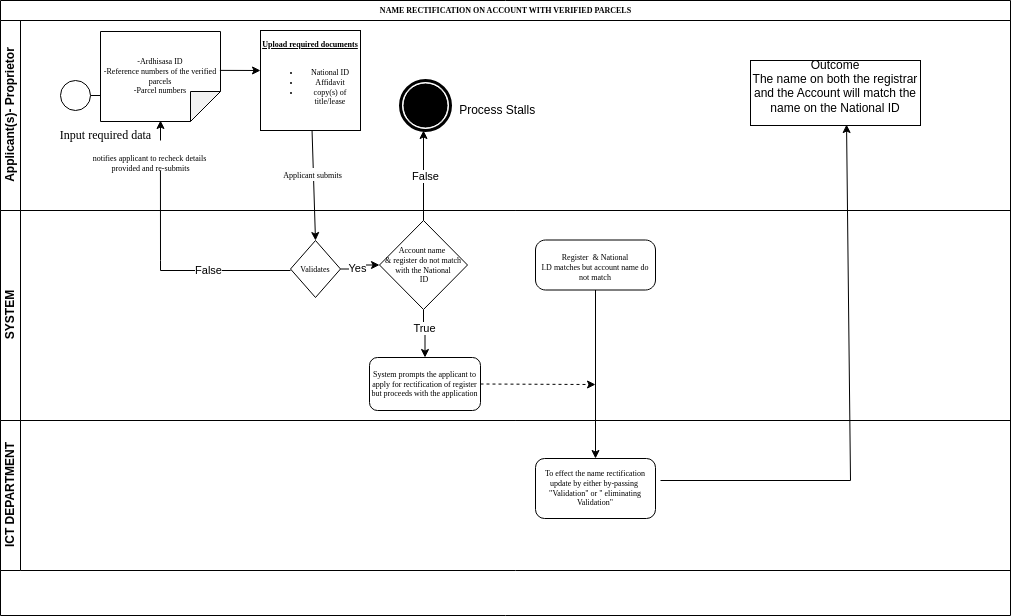
Earlier version of the draw.io export ACCOUNT NAME RECTIFICATION.drawio.png (NjeriNjeru/BPMN). Source tidied: cells renumbered, new cells last; positions are measured from the earlier drawing's top-left corner, leaving out a move shared by most shapes.
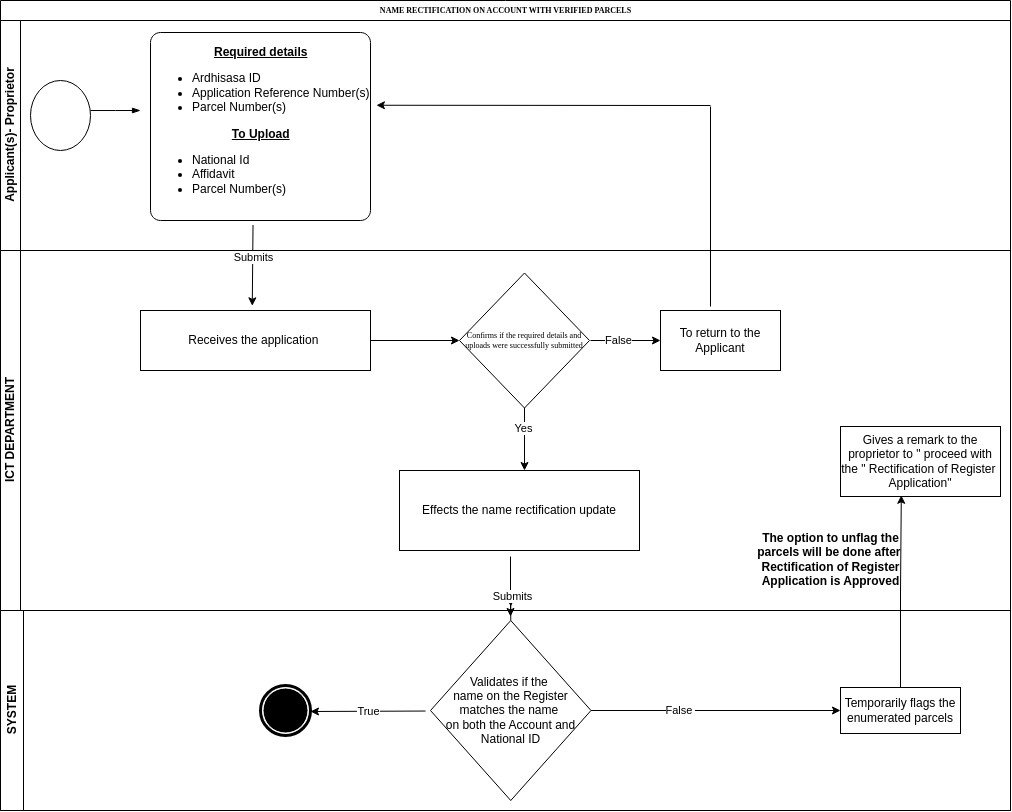
After the change.

Change to the diagram source:
```diff
@@ -3,150 +3,131 @@
     <mxCell id="0" />
     <mxCell id="1" parent="0" />
     <mxCell id="2" value="NAME RECTIFICATION ON ACCOUNT WITH VERIFIED PARCELS" style="swimlane;html=1;horizontal=1;startSize=20;rounded=0;shadow=0;labelBackgroundColor=none;strokeWidth=1;fontFamily=Verdana;fontSize=8;align=center;" parent="1" vertex="1">
-      <mxGeometry width="1010" height="615" as="geometry" />
+      <mxGeometry width="1010" height="810" as="geometry" />
     </mxCell>
     <mxCell id="3" value="Applicant(s)- Proprietor" style="swimlane;html=1;startSize=20;horizontal=0;" parent="2" vertex="1">
-      <mxGeometry y="20" width="1010" height="190" as="geometry" />
+      <mxGeometry y="20" width="1010" height="230" as="geometry" />
     </mxCell>
-    <mxCell id="4" style="edgeStyle=orthogonalEdgeStyle;rounded=0;html=1;labelBackgroundColor=none;startArrow=none;startFill=0;startSize=5;endArrow=classicThin;endFill=1;endSize=5;jettySize=auto;strokeWidth=1;fontFamily=Verdana;fontSize=8;" parent="3" edge="1" source="5">
-      <mxGeometry relative="1" as="geometry">
-        <mxPoint x="120" y="75" as="targetPoint" />
-      </mxGeometry>
-    </mxCell>
     <mxCell id="5" style="ellipse;whiteSpace=wrap;html=1;rounded=0;shadow=0;labelBackgroundColor=none;strokeWidth=1;fontFamily=Verdana;fontSize=8;align=center;" parent="3" vertex="1">
-      <mxGeometry x="60" y="60" width="30" height="30" as="geometry" />
+      <mxGeometry x="30" y="60" width="60" height="70" as="geometry" />
     </mxCell>
-    <mxCell id="6" value="&lt;h6&gt;&lt;span style=&quot;font-weight: normal;&quot;&gt;&lt;font face=&quot;Times New Roman&quot;&gt;-Ardhisasa ID&lt;br&gt;&lt;/font&gt;&lt;font face=&quot;vrdMzk03zgyeCwnh8cxA&quot;&gt;-Reference numbers of the verified parcels&lt;br&gt;&lt;/font&gt;&lt;font face=&quot;vrdMzk03zgyeCwnh8cxA&quot;&gt;-Parcel numbers&lt;/font&gt;&lt;/span&gt;&lt;/h6&gt;" style="shape=note;whiteSpace=wrap;html=1;backgroundOutline=1;darkOpacity=0.05;direction=south;" parent="3" vertex="1">
-      <mxGeometry x="100" y="11" width="120" height="90" as="geometry" />
-    </mxCell>
-    <mxCell id="7" value="&lt;h6&gt;&lt;font face=&quot;Times New Roman&quot;&gt;&lt;u&gt;Upload required documents&lt;/u&gt;&lt;/font&gt;&lt;/h6&gt;&lt;h6&gt;&lt;ul&gt;&lt;li&gt;&lt;font face=&quot;Times New Roman&quot;&gt;&lt;span style=&quot;font-weight: normal;&quot;&gt;National ID&lt;/span&gt;&lt;/font&gt;&lt;/li&gt;&lt;li&gt;&lt;font face=&quot;Times New Roman&quot;&gt;&lt;span style=&quot;font-weight: normal;&quot;&gt;Affidavit&lt;/span&gt;&lt;/font&gt;&lt;/li&gt;&lt;li&gt;&lt;font face=&quot;Times New Roman&quot;&gt;&lt;span style=&quot;font-weight: normal;&quot;&gt;copy(s) of title/lease&lt;/span&gt;&lt;/font&gt;&lt;/li&gt;&lt;/ul&gt;&lt;/h6&gt;&lt;div&gt;&lt;br&gt;&lt;/div&gt;" style="whiteSpace=wrap;html=1;" parent="3" vertex="1">
-      <mxGeometry x="260" y="10" width="100" height="100" as="geometry" />
-    </mxCell>
-    <mxCell id="8" style="edgeStyle=none;jettySize=auto;html=1;rounded=0;exitX=0.432;exitY=0.005;exitDx=0;exitDy=0;exitPerimeter=0;" parent="3" edge="1" source="6">
-      <mxGeometry relative="1" as="geometry">
-        <mxPoint x="260" y="50" as="targetPoint" />
-      </mxGeometry>
-    </mxCell>
-    <mxCell id="9" value="&lt;font face=&quot;Times New Roman&quot;&gt;Input required data&lt;/font&gt;" style="text;html=1;align=center;verticalAlign=middle;strokeColor=none;fillColor=none;" parent="3" vertex="1">
-      <mxGeometry x="50" y="100" width="110" height="30" as="geometry" />
-    </mxCell>
-    <mxCell id="10" style="edgeStyle=none;orthogonalLoop=1;jettySize=auto;html=1;rounded=0;entryX=0.881;entryY=-0.048;entryDx=0;entryDy=0;entryPerimeter=0;" parent="3" edge="1">
-      <mxGeometry relative="1" as="geometry">
-        <mxPoint x="160" y="120" as="sourcePoint" />
-        <mxPoint x="160" y="100" as="targetPoint" />
-      </mxGeometry>
-    </mxCell>
     <mxCell id="11" value="&lt;h6&gt;&lt;br&gt;&lt;/h6&gt;" style="text;html=1;align=center;verticalAlign=middle;strokeColor=none;fillColor=none;" parent="3" vertex="1">
       <mxGeometry x="330" y="130" width="20" height="60" as="geometry" />
     </mxCell>
-    <mxCell id="12" value="Outcome&lt;div&gt;The name on both the registrar and the Account will match the name on the National ID&lt;br&gt;&lt;div&gt;&lt;u&gt;&lt;br&gt;&lt;/u&gt;&lt;/div&gt;&lt;/div&gt;" style="rounded=0;whiteSpace=wrap;html=1;" parent="3" vertex="1">
-      <mxGeometry x="750" y="40" width="170" height="65" as="geometry" />
-    </mxCell>
-    <mxCell id="13" style="shape=mxgraph.bpmn.event;html=1;verticalLabelPosition=bottom;labelBackgroundColor=#ffffff;verticalAlign=top;align=center;perimeter=ellipsePerimeter;outline=end;symbol=terminate;" parent="3" vertex="1">
-      <mxGeometry x="400" y="60" width="50" height="50" as="geometry" />
-    </mxCell>
-    <mxCell id="14" value="&amp;nbsp;Process Stalls" style="text;html=1;align=center;verticalAlign=middle;strokeColor=none;fillColor=none;" parent="3" vertex="1">
-      <mxGeometry x="445" y="75" width="100" height="30" as="geometry" />
-    </mxCell>
+    <mxCell id="40" value="&lt;div style=&quot;text-align: center;&quot;&gt;&lt;b style=&quot;background-color: initial;&quot;&gt;&lt;u&gt;Required details&lt;/u&gt;&lt;/b&gt;&lt;/div&gt;&lt;div&gt;&lt;ul&gt;&lt;li&gt;Ardhisasa ID&lt;/li&gt;&lt;li&gt;Application Reference Number(s)&lt;/li&gt;&lt;li&gt;Parcel Number(s)&lt;/li&gt;&lt;/ul&gt;&lt;b&gt;&lt;div style=&quot;text-align: center;&quot;&gt;&lt;b style=&quot;background-color: initial;&quot;&gt;&lt;u&gt;To Upload&lt;/u&gt;&lt;/b&gt;&lt;/div&gt;&lt;/b&gt;&lt;/div&gt;&lt;div&gt;&lt;ul&gt;&lt;li&gt;National Id&lt;/li&gt;&lt;li&gt;Affidavit&lt;/li&gt;&lt;li&gt;Parcel Number(s)&lt;/li&gt;&lt;/ul&gt;&lt;/div&gt;" style="points=[[0.25,0,0],[0.5,0,0],[0.75,0,0],[1,0.25,0],[1,0.5,0],[1,0.75,0],[0.75,1,0],[0.5,1,0],[0.25,1,0],[0,0.75,0],[0,0.5,0],[0,0.25,0]];shape=mxgraph.bpmn.task;whiteSpace=wrap;rectStyle=rounded;size=10;html=1;taskMarker=abstract;align=left;" parent="3" vertex="1">
+      <mxGeometry x="150" y="12" width="220" height="188" as="geometry" />
+    </mxCell>
+    <mxCell id="41" style="edgeStyle=elbowEdgeStyle;fontSize=12;html=1;endArrow=blockThin;endFill=1;rounded=0;exitX=1;exitY=0.429;exitDx=0;exitDy=0;exitPerimeter=0;" parent="3" edge="1" source="5">
+      <mxGeometry relative="1" as="geometry">
+        <mxPoint x="140" y="90" as="targetPoint" />
+      </mxGeometry>
+    </mxCell>
+    <mxCell id="42" style="endArrow=classic;html=1;rounded=0;" parent="2" edge="1">
+      <mxGeometry relative="1" as="geometry">
+        <mxPoint x="590" y="340" as="sourcePoint" />
+        <mxPoint x="660" y="340" as="targetPoint" />
+      </mxGeometry>
+    </mxCell>
+    <mxCell id="43" value="False" style="edgeLabel;html=1;align=center;verticalAlign=middle;" parent="42" vertex="1">
+      <mxGeometry x="-0.21" relative="1" as="geometry" />
+    </mxCell>
-    <mxCell id="15" value="SYSTEM" style="swimlane;html=1;startSize=20;horizontal=0;" parent="2" vertex="1">
-      <mxGeometry y="210" width="1010" height="210" as="geometry" />
+    <mxCell id="15" value="ICT DEPARTMENT" style="swimlane;html=1;startSize=20;horizontal=0;" parent="2" vertex="1">
+      <mxGeometry y="250" width="1010" height="360" as="geometry" />
     </mxCell>
-    <mxCell id="16" style="edgeStyle=orthogonalEdgeStyle;rounded=0;jettySize=auto;html=1;" parent="15" edge="1" source="18" target="21">
-      <mxGeometry relative="1" as="geometry" />
-    </mxCell>
+    <mxCell id="44" value="Receives the application&amp;nbsp;" style="rounded=0;whiteSpace=wrap;html=1;" parent="15" vertex="1">
+      <mxGeometry x="140" y="60" width="230" height="60" as="geometry" />
+    </mxCell>
+    <mxCell id="45" value="&lt;h6&gt;&lt;font face=&quot;Times New Roman&quot; style=&quot;font-weight: normal;&quot;&gt;Confirms if the required details and uploads were successfully submitted&lt;/font&gt;&lt;/h6&gt;" style="rhombus;whiteSpace=wrap;html=1;rounded=0;align=center;" parent="15" vertex="1">
+      <mxGeometry x="459" y="22.5" width="130" height="135" as="geometry" />
+    </mxCell>
+    <mxCell id="46" style="endArrow=classic;html=1;rounded=0;exitX=1;exitY=0.5;exitDx=0;exitDy=0;entryX=0;entryY=0.5;entryDx=0;entryDy=0;" parent="15" edge="1" source="44" target="45">
+      <mxGeometry relative="1" as="geometry" />
+    </mxCell>
+    <mxCell id="47" style="endArrow=classic;html=1;rounded=0;exitX=0.5;exitY=1;exitDx=0;exitDy=0;" parent="15" edge="1" source="45">
+      <mxGeometry relative="1" as="geometry">
+        <mxPoint x="524" y="220" as="targetPoint" />
+      </mxGeometry>
+    </mxCell>
-    <mxCell id="17" value="Yes" style="edgeLabel;html=1;align=center;verticalAlign=middle;" parent="16" vertex="1">
-      <mxGeometry x="-0.24" y="1" relative="1" as="geometry" />
+    <mxCell id="17" value="Yes" style="edgeLabel;html=1;align=center;verticalAlign=middle;" parent="47" vertex="1">
+      <mxGeometry x="-0.35" y="-1" relative="1" as="geometry" />
     </mxCell>
-    <mxCell id="18" value="Validates" style="strokeWidth=1;html=1;shape=mxgraph.flowchart.decision;whiteSpace=wrap;rounded=1;shadow=0;labelBackgroundColor=none;fontFamily=Verdana;fontSize=8;align=center;" parent="15" vertex="1">
-      <mxGeometry x="290" y="30" width="50" height="57" as="geometry" />
-    </mxCell>
-    <mxCell id="19" style="edgeStyle=orthogonalEdgeStyle;rounded=0;jettySize=auto;html=1;" parent="15" edge="1" source="21" target="22">
-      <mxGeometry relative="1" as="geometry" />
-    </mxCell>
+    <mxCell id="48" value="Effects the name rectification update" style="whiteSpace=wrap;html=1;" parent="15" vertex="1">
+      <mxGeometry x="399" y="220" width="240" height="80" as="geometry" />
+    </mxCell>
+    <mxCell id="26" value="ICT DEPARTMENT" style="swimlane;html=1;startSize=20;horizontal=0;" parent="2" vertex="1">
+      <mxGeometry y="250" width="1010" height="360" as="geometry" />
+    </mxCell>
+    <mxCell id="49" value="To return to the Applicant" style="rounded=0;whiteSpace=wrap;html=1;" parent="26" vertex="1">
+      <mxGeometry x="660" y="60" width="120" height="60" as="geometry" />
+    </mxCell>
+    <mxCell id="50" value="Gives a remark to the proprietor to &quot; proceed with the &quot; Rectification of Register&amp;nbsp;&lt;div&gt;Application&quot;&lt;/div&gt;" style="whiteSpace=wrap;html=1;" parent="26" vertex="1">
+      <mxGeometry x="840" y="176" width="160" height="70" as="geometry" />
+    </mxCell>
+    <mxCell id="51" style="endArrow=classic;html=1;rounded=0;exitX=0.466;exitY=1.024;exitDx=0;exitDy=0;exitPerimeter=0;entryX=0.486;entryY=-0.078;entryDx=0;entryDy=0;entryPerimeter=0;" parent="2" edge="1" source="40" target="44">
+      <mxGeometry relative="1" as="geometry" />
+    </mxCell>
+    <mxCell id="52" value="Submits" style="edgeLabel;html=1;align=center;verticalAlign=middle;" parent="51" vertex="1">
+      <mxGeometry x="-0.22" relative="1" as="geometry" />
+    </mxCell>
+    <mxCell id="53" value="SYSTEM" style="swimlane;horizontal=0;whiteSpace=wrap;html=1;" parent="2" vertex="1">
+      <mxGeometry y="610" width="1010" height="200" as="geometry" />
+    </mxCell>
+    <mxCell id="54" style="edgeStyle=orthogonalEdgeStyle;rounded=0;jettySize=auto;html=1;" parent="53" edge="1" source="55">
+      <mxGeometry relative="1" as="geometry">
+        <mxPoint x="510.2" y="-4" as="targetPoint" />
+      </mxGeometry>
+    </mxCell>
+    <mxCell id="55" value="Validates if&lt;span style=&quot;background-color: initial;&quot;&gt;&amp;nbsp;the&lt;/span&gt;&lt;span style=&quot;background-color: initial;&quot;&gt;&amp;nbsp;&lt;/span&gt;&lt;div&gt;&lt;span style=&quot;background-color: initial;&quot;&gt;name on the Register matches the name&amp;nbsp;&lt;/span&gt;&lt;div&gt;&lt;span style=&quot;background-color: initial;&quot;&gt;on both the Account and National ID&lt;/span&gt;&lt;/div&gt;&lt;/div&gt;" style="rhombus;whiteSpace=wrap;html=1;" parent="53" vertex="1">
+      <mxGeometry x="430" y="10" width="160.5" height="180" as="geometry" />
+    </mxCell>
+    <mxCell id="56" value="Temporarily flags the enumerated parcels" style="whiteSpace=wrap;html=1;" parent="53" vertex="1">
+      <mxGeometry x="840" y="77" width="120" height="46" as="geometry" />
+    </mxCell>
+    <mxCell id="57" style="endArrow=classic;html=1;rounded=0;exitX=1;exitY=0.5;exitDx=0;exitDy=0;entryX=0;entryY=0.5;entryDx=0;entryDy=0;" parent="53" edge="1" source="55" target="56">
+      <mxGeometry relative="1" as="geometry" />
+    </mxCell>
+    <mxCell id="58" value="False&amp;nbsp;" style="edgeLabel;html=1;align=center;verticalAlign=middle;" parent="57" vertex="1">
+      <mxGeometry x="-0.28" relative="1" as="geometry" />
+    </mxCell>
+    <mxCell id="59" style="shape=mxgraph.bpmn.event;html=1;verticalLabelPosition=bottom;labelBackgroundColor=#ffffff;verticalAlign=top;align=center;perimeter=ellipsePerimeter;outline=end;symbol=terminate;" parent="53" vertex="1">
+      <mxGeometry x="260" y="75" width="50" height="50" as="geometry" />
+    </mxCell>
+    <mxCell id="60" style="edgeStyle=orthogonalEdgeStyle;rounded=0;jettySize=auto;html=1;exitX=0.5;exitY=0;exitDx=0;exitDy=0;entryX=0.38;entryY=0.983;entryDx=0;entryDy=0;entryPerimeter=0;" parent="2" edge="1" source="56" target="50">
+      <mxGeometry relative="1" as="geometry" />
+    </mxCell>
+    <mxCell id="36" style="endArrow=classic;html=1;rounded=0;" parent="1" edge="1">
+      <mxGeometry relative="1" as="geometry">
+        <mxPoint x="430" y="216" as="sourcePoint" />
+        <mxPoint x="430" y="216" as="targetPoint" />
+      </mxGeometry>
+    </mxCell>
+    <mxCell id="61" style="endArrow=none;html=1;rounded=0;" parent="1" edge="1">
+      <mxGeometry relative="1" as="geometry">
+        <mxPoint x="710" y="306" as="sourcePoint" />
+        <mxPoint x="710" y="106" as="targetPoint" />
+      </mxGeometry>
+    </mxCell>
+    <mxCell id="62" style="endArrow=classic;html=1;rounded=0;entryX=1.027;entryY=0.387;entryDx=0;entryDy=0;entryPerimeter=0;" parent="1" edge="1" target="40">
+      <mxGeometry relative="1" as="geometry">
+        <mxPoint x="710" y="105" as="sourcePoint" />
+      </mxGeometry>
+    </mxCell>
+    <mxCell id="63" value="&lt;b&gt;The option to unflag the&lt;/b&gt;&lt;div&gt;&lt;b&gt;parcels will be done after&amp;nbsp;&lt;/b&gt;&lt;/div&gt;&lt;div&gt;&lt;b&gt;Rectification of Register&lt;/b&gt;&lt;/div&gt;&lt;div&gt;&lt;b&gt;Application is Approved&lt;/b&gt;&lt;/div&gt;" style="text;html=1;align=center;verticalAlign=middle;strokeColor=none;fillColor=none;" parent="1" vertex="1">
+      <mxGeometry x="745" y="524" width="170" height="70" as="geometry" />
+    </mxCell>
+    <mxCell id="64" style="endArrow=classic;html=1;rounded=0;" parent="1" edge="1">
+      <mxGeometry relative="1" as="geometry">
+        <mxPoint x="510" y="556" as="sourcePoint" />
+        <mxPoint x="510" y="616" as="targetPoint" />
+      </mxGeometry>
+    </mxCell>
+    <mxCell id="65" value="Submits" style="edgeLabel;html=1;align=center;verticalAlign=middle;" parent="64" vertex="1">
+      <mxGeometry x="0.34" y="2" relative="1" as="geometry" />
+    </mxCell>
-    <mxCell id="20" value="True" style="edgeLabel;html=1;align=center;verticalAlign=middle;" parent="19" vertex="1">
-      <mxGeometry x="-0.27" relative="1" as="geometry" />
+    <mxCell id="20" value="True" style="endArrow=classic;html=1;rounded=0;exitX=-0.031;exitY=0.503;exitDx=0;exitDy=0;exitPerimeter=0;" parent="1" edge="1" source="55">
+      <mxGeometry relative="1" as="geometry">
+        <mxPoint x="310" y="711" as="targetPoint" />
+      </mxGeometry>
     </mxCell>
-    <mxCell id="21" value="Account name&amp;nbsp;&lt;div&gt;&amp;amp; register do not match&lt;div&gt;with the National&lt;div&gt;&amp;nbsp;ID&lt;br&gt;&lt;/div&gt;&lt;/div&gt;&lt;/div&gt;" style="strokeWidth=1;html=1;shape=mxgraph.flowchart.decision;whiteSpace=wrap;rounded=1;shadow=0;labelBackgroundColor=none;fontFamily=Verdana;fontSize=8;align=center;" parent="15" vertex="1">
-      <mxGeometry x="379" y="10" width="88" height="89" as="geometry" />
-    </mxCell>
-    <mxCell id="22" value="System prompts the applicant to apply for rectification of register but proceeds with the application" style="whiteSpace=wrap;html=1;fontSize=8;fontFamily=Verdana;strokeWidth=1;rounded=1;shadow=0;labelBackgroundColor=none;" parent="15" vertex="1">
-      <mxGeometry x="369" y="147" width="111" height="53" as="geometry" />
-    </mxCell>
-    <mxCell id="23" value="To effect the name rectification update by either by-passing&amp;nbsp; &quot;Validation&quot; or &quot; eliminating Validation&quot;" style="whiteSpace=wrap;html=1;fontSize=8;fontFamily=Verdana;strokeWidth=1;rounded=1;shadow=0;labelBackgroundColor=none;" parent="15" vertex="1">
-      <mxGeometry x="535" y="248" width="120" height="60" as="geometry" />
-    </mxCell>
-    <mxCell id="24" value="&lt;span style=&quot;font-family: Verdana; font-size: 8px;&quot;&gt;Register&amp;nbsp; &amp;amp; National&lt;/span&gt;&lt;div style=&quot;font-family: Verdana; font-size: 8px;&quot;&gt;I.D matches but account name do not match&lt;/div&gt;" style="points=[[0.25,0,0],[0.5,0,0],[0.75,0,0],[1,0.25,0],[1,0.5,0],[1,0.75,0],[0.75,1,0],[0.5,1,0],[0.25,1,0],[0,0.75,0],[0,0.5,0],[0,0.25,0]];shape=mxgraph.bpmn.task;whiteSpace=wrap;rectStyle=rounded;size=10;html=1;taskMarker=abstract;" parent="15" vertex="1">
-      <mxGeometry x="535" y="29.5" width="120" height="50" as="geometry" />
-    </mxCell>
-    <mxCell id="25" style="edgeStyle=orthogonalEdgeStyle;rounded=0;jettySize=auto;html=1;exitX=0.5;exitY=1;exitDx=0;exitDy=0;exitPerimeter=0;" parent="15" edge="1" source="24" target="23">
-      <mxGeometry relative="1" as="geometry" />
-    </mxCell>
-    <mxCell id="26" value="ICT DEPARTMENT" style="swimlane;html=1;startSize=20;horizontal=0;" parent="2" vertex="1">
-      <mxGeometry y="420" width="1010" height="150" as="geometry" />
-    </mxCell>
-    <mxCell id="27" style="endArrow=classic;html=1;rounded=0;entryX=0.5;entryY=0;entryDx=0;entryDy=0;entryPerimeter=0;" parent="2" edge="1" source="7" target="18">
-      <mxGeometry relative="1" as="geometry" />
-    </mxCell>
-    <mxCell id="28" value="&lt;span style=&quot;font-family: &amp;quot;Times New Roman&amp;quot;; font-size: 8.04px; background-color: rgb(251, 251, 251);&quot;&gt;Applicant submits&lt;/span&gt;" style="edgeLabel;html=1;align=center;verticalAlign=middle;" parent="27" vertex="1">
-      <mxGeometry x="-0.22" y="-1" relative="1" as="geometry" />
-    </mxCell>
-    <mxCell id="29" value="&lt;h6&gt;&lt;span style=&quot;font-weight: normal;&quot;&gt;&lt;font face=&quot;Times New Roman&quot;&gt;notifies applicant to recheck details&amp;nbsp;&lt;br&gt;provided and re-submits&lt;/font&gt;&lt;/span&gt;&lt;/h6&gt;" style="text;html=1;align=center;verticalAlign=middle;points=[];strokeColor=none;fillColor=none;" parent="1" vertex="1">
-      <mxGeometry x="80" y="128" width="140" height="70" as="geometry" />
-    </mxCell>
-    <mxCell id="30" style="endArrow=none;html=1;rounded=0;entryX=0.571;entryY=0.6;entryDx=0;entryDy=0;entryPerimeter=0;" parent="1" edge="1" target="29">
-      <mxGeometry relative="1" as="geometry">
-        <mxPoint x="160" y="270" as="sourcePoint" />
-        <Array as="points">
-          <mxPoint x="160" y="260" />
-        </Array>
-      </mxGeometry>
-    </mxCell>
-    <mxCell id="31" style="endArrow=none;html=1;rounded=0;" parent="1" edge="1">
-      <mxGeometry relative="1" as="geometry">
-        <mxPoint x="160" y="270" as="sourcePoint" />
-        <mxPoint x="290" y="270" as="targetPoint" />
-      </mxGeometry>
-    </mxCell>
-    <mxCell id="32" value="False" style="edgeLabel;html=1;align=center;verticalAlign=middle;" parent="31" vertex="1">
-      <mxGeometry x="-0.27" y="-1" relative="1" as="geometry">
-        <mxPoint y="-2" as="offset" />
-      </mxGeometry>
-    </mxCell>
-    <mxCell id="33" style="endArrow=none;dashed=1;html=1;rounded=0;exitX=1;exitY=0.5;exitDx=0;exitDy=0;" parent="1" edge="1" source="22">
-      <mxGeometry relative="1" as="geometry">
-        <mxPoint x="590" y="384" as="targetPoint" />
-      </mxGeometry>
-    </mxCell>
-    <mxCell id="34" style="endArrow=classic;html=1;rounded=0;" parent="1" edge="1">
-      <mxGeometry relative="1" as="geometry">
-        <mxPoint x="590" y="384" as="sourcePoint" />
-        <mxPoint x="595" y="384" as="targetPoint" />
-      </mxGeometry>
-    </mxCell>
-    <mxCell id="35" style="endArrow=none;html=1;rounded=0;" parent="1" edge="1">
-      <mxGeometry relative="1" as="geometry">
-        <mxPoint x="660" y="480" as="sourcePoint" />
-        <mxPoint x="850" y="480" as="targetPoint" />
-      </mxGeometry>
-    </mxCell>
-    <mxCell id="36" style="endArrow=classic;html=1;rounded=0;" parent="1" edge="1">
-      <mxGeometry relative="1" as="geometry">
-        <mxPoint x="390" y="230" as="sourcePoint" />
-        <mxPoint x="390" y="230" as="targetPoint" />
-      </mxGeometry>
-    </mxCell>
-    <mxCell id="37" style="endArrow=classic;html=1;rounded=0;entryX=0.565;entryY=0.985;entryDx=0;entryDy=0;entryPerimeter=0;" parent="1" edge="1" target="12">
-      <mxGeometry relative="1" as="geometry">
-        <mxPoint x="850" y="480" as="sourcePoint" />
-      </mxGeometry>
-    </mxCell>
-    <mxCell id="38" style="endArrow=classic;html=1;rounded=0;exitX=0.5;exitY=0;exitDx=0;exitDy=0;exitPerimeter=0;" parent="1" edge="1" source="21">
-      <mxGeometry relative="1" as="geometry">
-        <mxPoint x="423" y="130" as="targetPoint" />
-      </mxGeometry>
-    </mxCell>
-    <mxCell id="39" value="False" style="edgeLabel;html=1;align=center;verticalAlign=middle;" parent="38" vertex="1">
-      <mxGeometry y="-1" relative="1" as="geometry" />
-    </mxCell>
   </root>
 </mxGraphModel>
```
